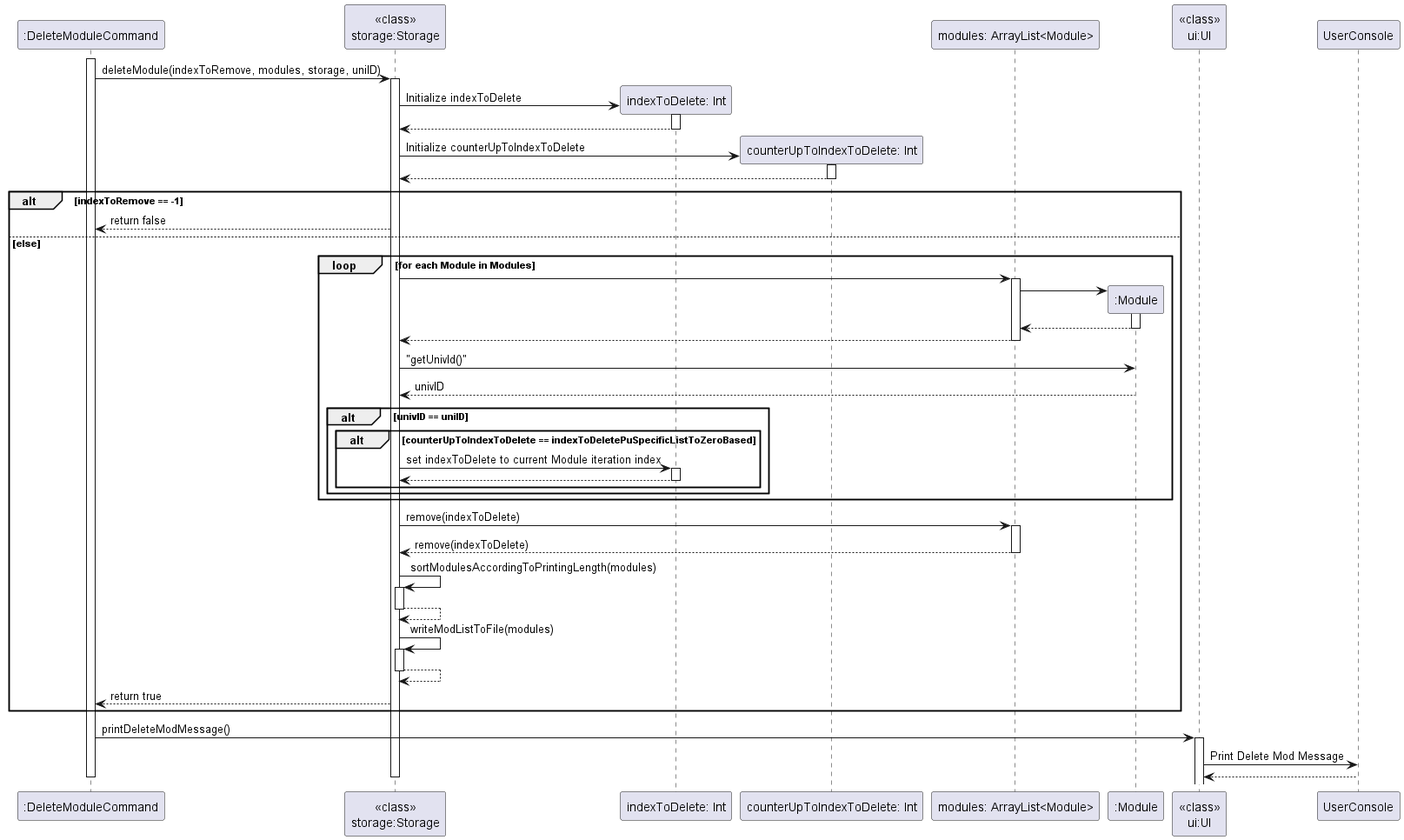
This is docs/diagrams/Commands/DeleteModuleCommandSequenceDiagram.png from nus-cs2113-AY2223S2/tp, a PlantUML export, as it was before one commit.
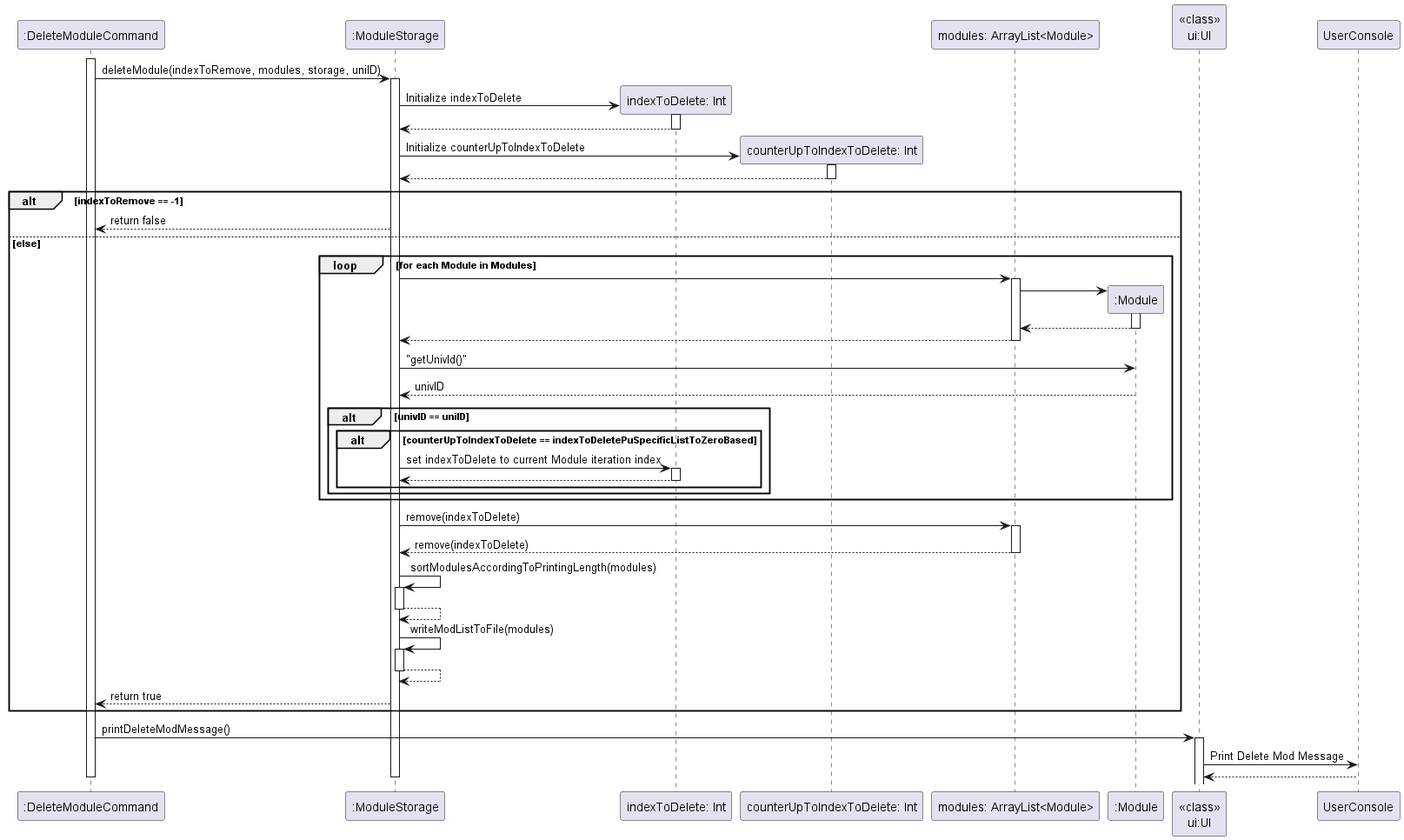
The same file after the commit.

Commit message:
Changed Sequence Diagram to show ModuleStorage instead of Storage

What changed in the source:
```diff
@@ -2,27 +2,27 @@
 
 activate ":DeleteModuleCommand"
 
-":DeleteModuleCommand" -> "<<class>>\nstorage:Storage" : deleteModule(indexToRemove, modules, storage, uniID)
-activate "<<class>>\nstorage:Storage"
+":DeleteModuleCommand" -> ":ModuleStorage" : deleteModule(indexToRemove, modules, storage, uniID)
+activate ":ModuleStorage"
 
 create "indexToDelete: Int"
-"<<class>>\nstorage:Storage" -> "indexToDelete: Int": Initialize indexToDelete
+":ModuleStorage" -> "indexToDelete: Int": Initialize indexToDelete
 activate "indexToDelete: Int"
-"<<class>>\nstorage:Storage" <-- "indexToDelete: Int"
+":ModuleStorage" <-- "indexToDelete: Int"
 deactivate "indexToDelete: Int"
 
 create "counterUpToIndexToDelete: Int"
-"<<class>>\nstorage:Storage" -> "counterUpToIndexToDelete: Int": Initialize counterUpToIndexToDelete
+":ModuleStorage" -> "counterUpToIndexToDelete: Int": Initialize counterUpToIndexToDelete
 activate "counterUpToIndexToDelete: Int"
-"<<class>>\nstorage:Storage" <-- "counterUpToIndexToDelete: Int"
+":ModuleStorage" <-- "counterUpToIndexToDelete: Int"
 deactivate "counterUpToIndexToDelete: Int"
 
 alt indexToRemove == -1
-"<<class>>\nstorage:Storage" --> ":DeleteModuleCommand" : return false
+":ModuleStorage" --> ":DeleteModuleCommand" : return false
 else else
     loop for each Module in Modules
 
-        "<<class>>\nstorage:Storage" -> "modules: ArrayList<Module>"
+        ":ModuleStorage" -> "modules: ArrayList<Module>"
          activate "modules: ArrayList<Module>"
          create ":Module"
          "modules: ArrayList<Module>" -> ":Module"
@@ -30,38 +30,38 @@
          "modules: ArrayList<Module>" <-- ":Module"
          deactivate ":Module"
 
-         "<<class>>\nstorage:Storage" <-- "modules: ArrayList<Module>"
+         ":ModuleStorage" <-- "modules: ArrayList<Module>"
          deactivate "modules: ArrayList<Module>"
 
-        "<<class>>\nstorage:Storage" -> ":Module" : "getUnivId()"
-        "<<class>>\nstorage:Storage" <-- ":Module" : univID
+        ":ModuleStorage" -> ":Module" : "getUnivId()"
+        ":ModuleStorage" <-- ":Module" : univID
 
         alt univID == uniID
             alt counterUpToIndexToDelete == indexToDeletePuSpecificListToZeroBased
-                "<<class>>\nstorage:Storage" -> "indexToDelete: Int": set indexToDelete to current Module iteration index
+                ":ModuleStorage" -> "indexToDelete: Int": set indexToDelete to current Module iteration index
                 activate "indexToDelete: Int"
-                "<<class>>\nstorage:Storage" <-- "indexToDelete: Int"
+                ":ModuleStorage" <-- "indexToDelete: Int"
                 deactivate "indexToDelete: Int"
 
             end
         end
     end
 
-   "<<class>>\nstorage:Storage" -> "modules: ArrayList<Module>" : remove(indexToDelete)
+   ":ModuleStorage" -> "modules: ArrayList<Module>" : remove(indexToDelete)
     activate "modules: ArrayList<Module>"
-    "<<class>>\nstorage:Storage" <-- "modules: ArrayList<Module>" : remove(indexToDelete)
+    ":ModuleStorage" <-- "modules: ArrayList<Module>" : remove(indexToDelete)
     deactivate "modules: ArrayList<Module>"
-     "<<class>>\nstorage:Storage" -> "<<class>>\nstorage:Storage": sortModulesAccordingToPrintingLength(modules)
-    activate "<<class>>\nstorage:Storage"
-        "<<class>>\nstorage:Storage" --> "<<class>>\nstorage:Storage"
-        deactivate "<<class>>\nstorage:Storage"
+     ":ModuleStorage" -> ":ModuleStorage": sortModulesAccordingToPrintingLength(modules)
+    activate ":ModuleStorage"
+        ":ModuleStorage" --> ":ModuleStorage"
+        deactivate ":ModuleStorage"
 
-     "<<class>>\nstorage:Storage" -> "<<class>>\nstorage:Storage": writeModListToFile(modules)
-    activate "<<class>>\nstorage:Storage"
-        "<<class>>\nstorage:Storage" --> "<<class>>\nstorage:Storage"
-        deactivate "<<class>>\nstorage:Storage"
+     ":ModuleStorage" -> ":ModuleStorage": writeModListToFile(modules)
+    activate ":ModuleStorage"
+        ":ModuleStorage" --> ":ModuleStorage"
+        deactivate ":ModuleStorage"
 
-    "<<class>>\nstorage:Storage" --> ":DeleteModuleCommand" : return true
+    ":ModuleStorage" --> ":DeleteModuleCommand" : return true
 
 end
 ":DeleteModuleCommand" -> "<<class>>\nui:UI" : printDeleteModMessage()
@@ -70,6 +70,6 @@
 "<<class>>\nui:UI" -> UserConsole : Print Delete Mod Message
 "<<class>>\nui:UI" <-- UserConsole
 
-deactivate "<<class>>\nstorage:Storage"
+deactivate ":ModuleStorage"
 deactivate ":DeleteModuleCommand"
 @enduml
```
